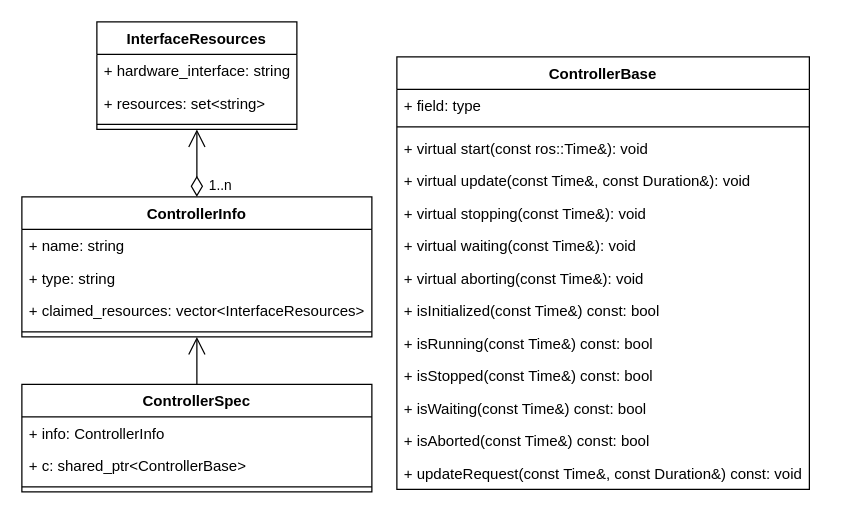
Above: page "Page-2" (2 of 2) of ros_control/ros_control.drawio in hitgavin/diagrams (draw.io), before the change. Source tidied: cells renumbered, new cells numbered last; positions are measured from the earlier drawing's top-left corner, leaving out a move shared by most shapes. Both pictures are drawn from the tidied source at 125%, with x=0, y=0 at pixel (21, 21).
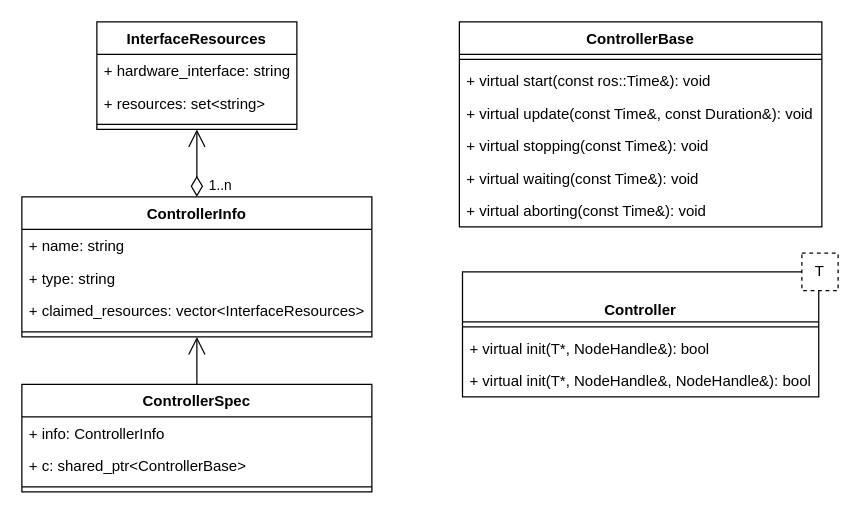
Above is the later version.

What changed in the source:
```diff
@@
     <mxCell id="17" value="ControllerBase" style="swimlane;fontStyle=1;align=center;verticalAlign=top;horizontal=1;startSize=26;" parent="1" vertex="1">
-      <mxGeometry x="300" y="28" width="330" height="346" as="geometry" />
+      <mxGeometry x="350" width="290" height="164" as="geometry" />
     </mxCell>
-    <mxCell id="18" value="+ field: type" style="text;strokeColor=none;fillColor=none;align=left;verticalAlign=top;spacingLeft=4;spacingRight=4;overflow=hidden;" parent="17" vertex="1">
-      <mxGeometry y="26" width="330" height="26" as="geometry" />
-    </mxCell>
     <mxCell id="19" style="line;strokeWidth=1;fillColor=none;align=left;verticalAlign=middle;spacingTop=-1;spacingLeft=3;spacingRight=3;labelPosition=right;" parent="17" vertex="1">
-      <mxGeometry y="52" width="330" height="8" as="geometry" />
+      <mxGeometry y="26" width="290" height="8" as="geometry" />
     </mxCell>
     <mxCell id="20" value="+ virtual start(const ros::Time&amp;): void" style="text;strokeColor=none;fillColor=none;align=left;verticalAlign=top;spacingLeft=4;spacingRight=4;overflow=hidden;" parent="17" vertex="1">
-      <mxGeometry y="60" width="330" height="26" as="geometry" />
+      <mxGeometry y="34" width="290" height="26" as="geometry" />
     </mxCell>
     <mxCell id="21" value="+ virtual update(const Time&amp;, const Duration&amp;): void" style="text;strokeColor=none;fillColor=none;align=left;verticalAlign=top;spacingLeft=4;spacingRight=4;overflow=hidden;" parent="17" vertex="1">
-      <mxGeometry y="86" width="330" height="26" as="geometry" />
+      <mxGeometry y="60" width="290" height="26" as="geometry" />
     </mxCell>
     <mxCell id="22" value="+ virtual stopping(const Time&amp;): void" style="text;strokeColor=none;fillColor=none;align=left;verticalAlign=top;spacingLeft=4;spacingRight=4;overflow=hidden;" parent="17" vertex="1">
-      <mxGeometry y="112" width="330" height="26" as="geometry" />
+      <mxGeometry y="86" width="290" height="26" as="geometry" />
     </mxCell>
     <mxCell id="23" value="+ virtual waiting(const Time&amp;): void" style="text;strokeColor=none;fillColor=none;align=left;verticalAlign=top;spacingLeft=4;spacingRight=4;overflow=hidden;" parent="17" vertex="1">
-      <mxGeometry y="138" width="330" height="26" as="geometry" />
+      <mxGeometry y="112" width="290" height="26" as="geometry" />
     </mxCell>
     <mxCell id="24" value="+ virtual aborting(const Time&amp;): void" style="text;strokeColor=none;fillColor=none;align=left;verticalAlign=top;spacingLeft=4;spacingRight=4;overflow=hidden;" parent="17" vertex="1">
-      <mxGeometry y="164" width="330" height="26" as="geometry" />
+      <mxGeometry y="138" width="290" height="26" as="geometry" />
     </mxCell>
-    <mxCell id="25" value="+ isInitialized(const Time&amp;) const: bool" style="text;strokeColor=none;fillColor=none;align=left;verticalAlign=top;spacingLeft=4;spacingRight=4;overflow=hidden;" parent="17" vertex="1">
-      <mxGeometry y="190" width="330" height="26" as="geometry" />
-    </mxCell>
-    <mxCell id="26" value="+ isRunning(const Time&amp;) const: bool" style="text;strokeColor=none;fillColor=none;align=left;verticalAlign=top;spacingLeft=4;spacingRight=4;overflow=hidden;" parent="17" vertex="1">
-      <mxGeometry y="216" width="330" height="26" as="geometry" />
-    </mxCell>
-    <mxCell id="27" value="+ isStopped(const Time&amp;) const: bool" style="text;strokeColor=none;fillColor=none;align=left;verticalAlign=top;spacingLeft=4;spacingRight=4;overflow=hidden;" parent="17" vertex="1">
-      <mxGeometry y="242" width="330" height="26" as="geometry" />
-    </mxCell>
-    <mxCell id="28" value="+ isWaiting(const Time&amp;) const: bool" style="text;strokeColor=none;fillColor=none;align=left;verticalAlign=top;spacingLeft=4;spacingRight=4;overflow=hidden;" parent="17" vertex="1">
-      <mxGeometry y="268" width="330" height="26" as="geometry" />
-    </mxCell>
-    <mxCell id="29" value="+ isAborted(const Time&amp;) const: bool" style="text;strokeColor=none;fillColor=none;align=left;verticalAlign=top;spacingLeft=4;spacingRight=4;overflow=hidden;" parent="17" vertex="1">
-      <mxGeometry y="294" width="330" height="26" as="geometry" />
-    </mxCell>
-    <mxCell id="30" value="+ updateRequest(const Time&amp;, const Duration&amp;) const: void" style="text;strokeColor=none;fillColor=none;align=left;verticalAlign=top;spacingLeft=4;spacingRight=4;overflow=hidden;" parent="17" vertex="1">
-      <mxGeometry y="320" width="330" height="26" as="geometry" />
-    </mxCell>
+    <mxCell id="31" value="Controller" style="swimlane;fontStyle=1;align=center;verticalAlign=bottom;horizontal=1;startSize=40;" parent="1" vertex="1">
+      <mxGeometry x="352.5" y="200" width="285" height="100" as="geometry" />
+    </mxCell>
+    <mxCell id="32" style="line;strokeWidth=1;fillColor=none;align=left;verticalAlign=middle;spacingTop=-1;spacingLeft=3;spacingRight=3;labelPosition=right;" parent="31" vertex="1">
+      <mxGeometry y="40" width="285" height="8" as="geometry" />
+    </mxCell>
+    <mxCell id="33" value="+ virtual init(T*, NodeHandle&amp;): bool" style="text;strokeColor=none;fillColor=none;align=left;verticalAlign=top;spacingLeft=4;spacingRight=4;overflow=hidden;" parent="31" vertex="1">
+      <mxGeometry y="48" width="285" height="26" as="geometry" />
+    </mxCell>
+    <mxCell id="34" value="+ virtual init(T*, NodeHandle&amp;, NodeHandle&amp;): bool" style="text;strokeColor=none;fillColor=none;align=left;verticalAlign=top;spacingLeft=4;spacingRight=4;overflow=hidden;" parent="31" vertex="1">
+      <mxGeometry y="74" width="285" height="26" as="geometry" />
+    </mxCell>
+    <mxCell id="35" value="T" style="rounded=0;whiteSpace=wrap;html=1;dashed=1;align=center;" parent="1" vertex="1">
+      <mxGeometry x="624" y="185" width="29" height="30" as="geometry" />
+    </mxCell>
```
